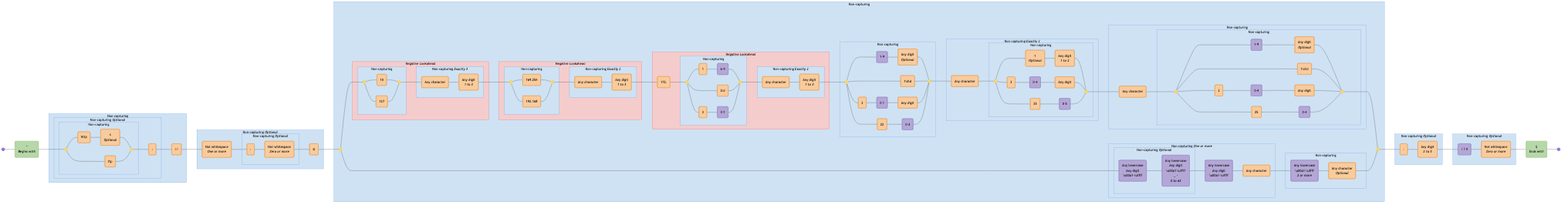
tayles/regex-to-mermaid keeps this Mermaid diagram as diagrams/url-rfc3987.mermaid-diagram.png. Above is the earlier version. Its source is kept beside it as diagrams/url-rfc3987.mermaid.
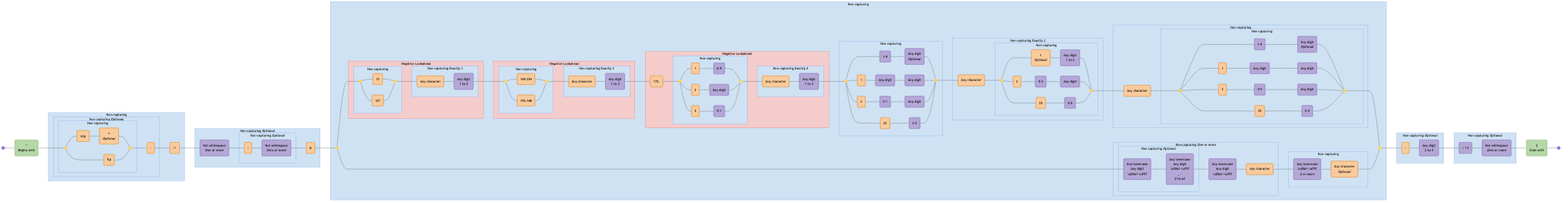
After the change.

Diff of the diagram source:
```diff
@@ -1,6 +1,6 @@
 graph LR
   accTitle: "Regex: /^(?:(?:(?:https?|ftp):)?\\/\\/)(?:\\S+(?::\\S*)?@)?(?:(?!(?:10|127)(?:\\.\\d{1,3}){3})(?!(?:169\\.254|192\\.168)(?:\\.\\d{1,3}){2})(?!172\\.(?:1[6-9]|2\\d|3[0-1])(?:\\.\\d{1,3}){2})(?:[1-9]\\d?|1\\d\\d|2[01]\\d|22[0-3])(?:\\.(?:1?\\d{1,2}|2[0-4]\\d|25[0-5])){2}(?:\\.(?:[1-9]\\d?|1\\d\\d|2[0-4]\\d|25[0-4]))|(?:(?:[a-z0-9\\u00a1-\\uffff][a-z0-9\\u00a1-\\uffff_-]{0,62})?[a-z0-9\\u00a1-\\uffff]\\.)+(?:[a-z\\u00a1-\\uffff]{2,}\\.?))(?::\\d{2,5})?(?:[/?#]\\S*)?$/i"
-  accDescr: "Generated with regex-to-mermaid@1.0.4"
+  accDescr: "Generated with regex-to-mermaid@1.1.0"
 
   start@{ shape: f-circ };
   fin@{ shape: f-circ };
@@ -11,76 +11,81 @@
   literal_2("s<br><i>Optional</i>"):::literal;
   literal_3("ftp"):::literal;
   literal_4(":"):::literal;
-  literal_5("//"):::literal;
-  literal_6("Not whitespace<br><i>One or more</i>"):::literal;
-  literal_7(":"):::literal;
-  literal_8("Not whitespace<br><i>Zero or more</i>"):::literal;
-  literal_9("@"):::literal;
+  literal_5("\/\/"):::literal;
+  char_class_1("Not whitespace<br><i>One or more</i>"):::char-class;
+  literal_6(":"):::literal;
+  char_class_2("Not whitespace<br><i>Zero or more</i>"):::char-class;
+  literal_7("@"):::literal;
   disjunction_begin_2:::disjunction@{ shape: f-circ };
   disjunction_end_2:::disjunction@{ shape: f-circ };
   disjunction_begin_3:::disjunction@{ shape: f-circ };
   disjunction_end_3:::disjunction@{ shape: f-circ };
-  literal_10("10"):::literal;
-  literal_11("127"):::literal;
-  literal_12("Any character"):::literal;
-  literal_13("Any digit<br><i>1 to 3</i>"):::literal;
+  literal_8("10"):::literal;
+  literal_9("127"):::literal;
+  literal_10("Any character"):::literal;
+  char_class_3("Any digit<br><i>1 to 3</i>"):::char-class;
   disjunction_begin_4:::disjunction@{ shape: f-circ };
   disjunction_end_4:::disjunction@{ shape: f-circ };
-  literal_14("169.254"):::literal;
-  literal_15("192.168"):::literal;
-  literal_16("Any character"):::literal;
-  literal_17("Any digit<br><i>1 to 3</i>"):::literal;
-  literal_18("172."):::literal;
+  literal_11("169\.254"):::literal;
+  literal_12("192\.168"):::literal;
+  literal_13("Any character"):::literal;
+  char_class_4("Any digit<br><i>1 to 3</i>"):::char-class;
+  literal_14("172\."):::literal;
   disjunction_begin_5:::disjunction@{ shape: f-circ };
   disjunction_end_5:::disjunction@{ shape: f-circ };
-  literal_19("1"):::literal;
-  char_class_1("6-9"):::char-class;
-  literal_20("2\d"):::literal;
-  literal_21("3"):::literal;
-  char_class_2("0-1"):::char-class;
-  literal_22("Any character"):::literal;
-  literal_23("Any digit<br><i>1 to 3</i>"):::literal;
+  literal_15("1"):::literal;
+  char_class_5("6-9"):::char-class;
+  literal_16("2"):::literal;
+  char_class_6("Any digit"):::char-class;
+  literal_17("3"):::literal;
+  char_class_7("0-1"):::char-class;
+  literal_18("Any character"):::literal;
+  char_class_8("Any digit<br><i>1 to 3</i>"):::char-class;
   disjunction_begin_6:::disjunction@{ shape: f-circ };
   disjunction_end_6:::disjunction@{ shape: f-circ };
-  char_class_3("1-9"):::char-class;
-  literal_24("Any digit<br><i>Optional</i>"):::literal;
-  literal_25("1\d\d"):::literal;
-  literal_26("2"):::literal;
-  char_class_4("0 1"):::char-class;
-  literal_27("Any digit"):::literal;
-  literal_28("22"):::literal;
-  char_class_5("0-3"):::char-class;
-  literal_29("Any character"):::literal;
+  char_class_9("1-9"):::char-class;
+  char_class_10("Any digit<br><i>Optional</i>"):::char-class;
+  literal_19("1"):::literal;
+  char_class_11("Any digit"):::char-class;
+  char_class_12("Any digit"):::char-class;
+  literal_20("2"):::literal;
+  char_class_13("0 1"):::char-class;
+  char_class_14("Any digit"):::char-class;
+  literal_21("22"):::literal;
+  char_class_15("0-3"):::char-class;
+  literal_22("Any character"):::literal;
   disjunction_begin_7:::disjunction@{ shape: f-circ };
   disjunction_end_7:::disjunction@{ shape: f-circ };
-  literal_30("1<br><i>Optional</i>"):::literal;
-  literal_31("Any digit<br><i>1 to 2</i>"):::literal;
-  literal_32("2"):::literal;
-  char_class_6("0-4"):::char-class;
-  literal_33("Any digit"):::literal;
-  literal_34("25"):::literal;
-  char_class_7("0-5"):::char-class;
-  literal_35("Any character"):::literal;
+  literal_23("1<br><i>Optional</i>"):::literal;
+  char_class_16("Any digit<br><i>1 to 2</i>"):::char-class;
+  literal_24("2"):::literal;
+  char_class_17("0-4"):::char-class;
+  char_class_18("Any digit"):::char-class;
+  literal_25("25"):::literal;
+  char_class_19("0-5"):::char-class;
+  literal_26("Any character"):::literal;
   disjunction_begin_8:::disjunction@{ shape: f-circ };
   disjunction_end_8:::disjunction@{ shape: f-circ };
-  char_class_8("1-9"):::char-class;
-  literal_36("Any digit<br><i>Optional</i>"):::literal;
-  literal_37("1\d\d"):::literal;
-  literal_38("2"):::literal;
-  char_class_9("0-4"):::char-class;
-  literal_39("Any digit"):::literal;
-  literal_40("25"):::literal;
-  char_class_10("0-4"):::char-class;
-  char_class_11("Any lowercase<br>Any digit<br>\u00a1-\uffff"):::char-class;
-  char_class_12("Any lowercase<br>Any digit<br>\u00a1-\uffff<br>_ -<br><i>0 to 62</i>"):::char-class;
-  char_class_13("Any lowercase<br>Any digit<br>\u00a1-\uffff"):::char-class;
-  literal_41("Any character"):::literal;
-  char_class_14("Any lowercase<br>\u00a1-\uffff<br><i>2 or more</i>"):::char-class;
-  literal_42("Any character<br><i>Optional</i>"):::literal;
-  literal_43(":"):::literal;
-  literal_44("Any digit<br><i>2 to 5</i>"):::literal;
-  char_class_15("/ ? #"):::char-class;
-  literal_45("Not whitespace<br><i>Zero or more</i>"):::literal;
+  char_class_20("1-9"):::char-class;
+  char_class_21("Any digit<br><i>Optional</i>"):::char-class;
+  literal_27("1"):::literal;
+  char_class_22("Any digit"):::char-class;
+  char_class_23("Any digit"):::char-class;
+  literal_28("2"):::literal;
+  char_class_24("0-4"):::char-class;
+  char_class_25("Any digit"):::char-class;
+  literal_29("25"):::literal;
+  char_class_26("0-4"):::char-class;
+  char_class_27("Any lowercase<br>Any digit<br>\u00a1-\uffff"):::char-class;
+  char_class_28("Any lowercase<br>Any digit<br>\u00a1-\uffff<br>_ -<br><i>0 to 62</i>"):::char-class;
+  char_class_29("Any lowercase<br>Any digit<br>\u00a1-\uffff"):::char-class;
+  literal_30("Any character"):::literal;
+  char_class_30("Any lowercase<br>\u00a1-\uffff<br><i>2 or more</i>"):::char-class;
+  literal_31("Any character<br><i>Optional</i>"):::literal;
+  literal_32(":"):::literal;
+  char_class_31("Any digit<br><i>2 to 5</i>"):::char-class;
+  char_class_32("/ ? #"):::char-class;
+  char_class_33("Not whitespace<br><i>Zero or more</i>"):::char-class;
   assertion_2("$<br><i>Ends with</i>"):::assertion;
 
   subgraph non_capturing_3 ["Non-capturing"]
@@ -103,26 +108,26 @@
   end
 
   subgraph non_capturing_5 ["Non-capturing <i>Optional</i>"]
-    literal_7
-    literal_8
+    literal_6
+    char_class_2
   end
 
   subgraph non_capturing_4 ["Non-capturing <i>Optional</i>"]
     non_capturing_5
-    literal_6
-    literal_9
+    char_class_1
+    literal_7
   end
 
   subgraph non_capturing_7 ["Non-capturing"]
     disjunction_begin_3
     disjunction_end_3
-    literal_10
-    literal_11
+    literal_8
+    literal_9
   end
 
   subgraph non_capturing_8 ["Non-capturing <i>Exactly 3</i>"]
-    literal_12
-    literal_13
+    literal_10
+    char_class_3
   end
 
   subgraph negative_lookahead_1 ["Negative Lookahead"]
@@ -133,13 +138,13 @@
   subgraph non_capturing_9 ["Non-capturing"]
     disjunction_begin_4
     disjunction_end_4
-    literal_14
-    literal_15
+    literal_11
+    literal_12
   end
 
   subgraph non_capturing_10 ["Non-capturing <i>Exactly 2</i>"]
-    literal_16
-    literal_17
+    literal_13
+    char_class_4
   end
 
   subgraph negative_lookahead_2 ["Negative Lookahead"]
@@ -150,86 +155,91 @@
   subgraph non_capturing_11 ["Non-capturing"]
     disjunction_begin_5
     disjunction_end_5
-    literal_19
-    char_class_1
-    literal_20
-    literal_21
-    char_class_2
+    literal_15
+    char_class_5
+    literal_16
+    char_class_6
+    literal_17
+    char_class_7
   end
 
   subgraph non_capturing_12 ["Non-capturing <i>Exactly 2</i>"]
-    literal_22
-    literal_23
+    literal_18
+    char_class_8
   end
 
   subgraph negative_lookahead_3 ["Negative Lookahead"]
     non_capturing_11
     non_capturing_12
-    literal_18
+    literal_14
   end
 
   subgraph non_capturing_13 ["Non-capturing"]
     disjunction_begin_6
     disjunction_end_6
-    char_class_3
-    literal_24
-    literal_25
-    literal_26
-    char_class_4
-    literal_27
-    literal_28
-    char_class_5
+    char_class_9
+    char_class_10
+    literal_19
+    char_class_11
+    char_class_12
+    literal_20
+    char_class_13
+    char_class_14
+    literal_21
+    char_class_15
   end
 
   subgraph non_capturing_15 ["Non-capturing"]
     disjunction_begin_7
     disjunction_end_7
-    literal_30
-    literal_31
-    literal_32
-    char_class_6
-    literal_33
-    literal_34
-    char_class_7
+    literal_23
+    char_class_16
+    literal_24
+    char_class_17
+    char_class_18
+    literal_25
+    char_class_19
   end
 
   subgraph non_capturing_14 ["Non-capturing <i>Exactly 2</i>"]
     non_capturing_15
-    literal_29
+    literal_22
   end
 
   subgraph non_capturing_17 ["Non-capturing"]
     disjunction_begin_8
     disjunction_end_8
-    char_class_8
-    literal_36
-    literal_37
-    literal_38
-    char_class_9
-    literal_39
-    literal_40
-    char_class_10
+    char_class_20
+    char_class_21
+    literal_27
+    char_class_22
+    char_class_23
+    literal_28
+    char_class_24
+    char_class_25
+    literal_29
+    char_class_26
   end
 
   subgraph non_capturing_16 ["Non-capturing"]
     non_capturing_17
-    literal_35
+    literal_26
   end
 
   subgraph non_capturing_19 ["Non-capturing <i>Optional</i>"]
-    char_class_11
-    char_class_12
+    char_class_27
+    char_class_28
   end
 
   subgraph non_capturing_18 ["Non-capturing <i>One or more</i>"]
     non_capturing_19
-    char_class_13
-    literal_41
+    char_class_29
+    literal_30
   end
 
   subgraph non_capturing_20 ["Non-capturing"]
-    char_class_14
-    literal_42
+    char_class_30
+    literal_31
   end
 
   subgraph non_capturing_6 ["Non-capturing"]
@@ -255,13 +265,13 @@
   end
 
   subgraph non_capturing_21 ["Non-capturing <i>Optional</i>"]
-    literal_43
-    literal_44
+    literal_32
+    char_class_31
   end
 
   subgraph non_capturing_22 ["Non-capturing <i>Optional</i>"]
-    char_class_15
-    literal_45
+    char_class_32
+    char_class_33
   end
 
   start --- assertion_1;
@@ -273,89 +283,94 @@
   literal_3 --- disjunction_end_1;
   disjunction_end_1 --- literal_4;
   literal_4 --- literal_5;
-  literal_5 --- literal_6;
-  literal_6 --- literal_7;
-  literal_7 --- literal_8;
-  literal_8 --- literal_9;
-  literal_9 --- disjunction_begin_2;
+  literal_5 --- char_class_1;
+  char_class_1 --- literal_6;
+  literal_6 --- char_class_2;
+  char_class_2 --- literal_7;
+  literal_7 --- disjunction_begin_2;
   disjunction_begin_2 --- disjunction_begin_3;
-  disjunction_begin_3 --- literal_10;
-  literal_10 --- disjunction_end_3;
-  disjunction_begin_3 --- literal_11;
-  literal_11 --- disjunction_end_3;
-  disjunction_end_3 --- literal_12;
-  literal_12 --- literal_13;
-  literal_13 --- disjunction_begin_4;
-  disjunction_begin_4 --- literal_14;
-  literal_14 --- disjunction_end_4;
-  disjunction_begin_4 --- literal_15;
-  literal_15 --- disjunction_end_4;
-  disjunction_end_4 --- literal_16;
-  literal_16 --- literal_17;
-  literal_17 --- literal_18;
-  literal_18 --- disjunction_begin_5;
-  disjunction_begin_5 --- literal_19;
-  literal_19 --- char_class_1;
-  char_class_1 --- disjunction_end_5;
-  disjunction_begin_5 --- literal_20;
-  literal_20 --- disjunction_end_5;
-  disjunction_begin_5 --- literal_21;
-  literal_21 --- char_class_2;
-  char_class_2 --- disjunction_end_5;
-  disjunction_end_5 --- literal_22;
-  literal_22 --- literal_23;
-  literal_23 --- disjunction_begin_6;
-  disjunction_begin_6 --- char_class_3;
-  char_class_3 --- literal_24;
-  literal_24 --- disjunction_end_6;
-  disjunction_begin_6 --- literal_25;
-  literal_25 --- disjunction_end_6;
-  disjunction_begin_6 --- literal_26;
-  literal_26 --- char_class_4;
-  char_class_4 --- literal_27;
-  literal_27 --- disjunction_end_6;
-  disjunction_begin_6 --- literal_28;
-  literal_28 --- char_class_5;
-  char_class_5 --- disjunction_end_6;
-  disjunction_end_6 --- literal_29;
-  literal_29 --- disjunction_begin_7;
-  disjunction_begin_7 --- literal_30;
-  literal_30 --- literal_31;
-  literal_31 --- disjunction_end_7;
-  disjunction_begin_7 --- literal_32;
-  literal_32 --- char_class_6;
-  char_class_6 --- literal_33;
-  literal_33 --- disjunction_end_7;
-  disjunction_begin_7 --- literal_34;
-  literal_34 --- char_class_7;
-  char_class_7 --- disjunction_end_7;
-  disjunction_end_7 --- literal_35;
-  literal_35 --- disjunction_begin_8;
-  disjunction_begin_8 --- char_class_8;
-  char_class_8 --- literal_36;
-  literal_36 --- disjunction_end_8;
-  disjunction_begin_8 --- literal_37;
-  literal_37 --- disjunction_end_8;
-  disjunction_begin_8 --- literal_38;
-  literal_38 --- char_class_9;
-  char_class_9 --- literal_39;
-  literal_39 --- disjunction_end_8;
-  disjunction_begin_8 --- literal_40;
-  literal_40 --- char_class_10;
-  char_class_10 --- disjunction_end_8;
+  disjunction_begin_3 --- literal_8;
+  literal_8 --- disjunction_end_3;
+  disjunction_begin_3 --- literal_9;
+  literal_9 --- disjunction_end_3;
+  disjunction_end_3 --- literal_10;
+  literal_10 --- char_class_3;
+  char_class_3 --- disjunction_begin_4;
+  disjunction_begin_4 --- literal_11;
+  literal_11 --- disjunction_end_4;
+  disjunction_begin_4 --- literal_12;
+  literal_12 --- disjunction_end_4;
+  disjunction_end_4 --- literal_13;
+  literal_13 --- char_class_4;
+  char_class_4 --- literal_14;
+  literal_14 --- disjunction_begin_5;
+  disjunction_begin_5 --- literal_15;
+  literal_15 --- char_class_5;
+  char_class_5 --- disjunction_end_5;
+  disjunction_begin_5 --- literal_16;
+  literal_16 --- char_class_6;
+  char_class_6 --- disjunction_end_5;
+  disjunction_begin_5 --- literal_17;
+  literal_17 --- char_class_7;
+  char_class_7 --- disjunction_end_5;
+  disjunction_end_5 --- literal_18;
+  literal_18 --- char_class_8;
+  char_class_8 --- disjunction_begin_6;
+  disjunction_begin_6 --- char_class_9;
+  char_class_9 --- char_class_10;
+  char_class_10 --- disjunction_end_6;
+  disjunction_begin_6 --- literal_19;
+  literal_19 --- char_class_11;
+  char_class_11 --- char_class_12;
+  char_class_12 --- disjunction_end_6;
+  disjunction_begin_6 --- literal_20;
+  literal_20 --- char_class_13;
+  char_class_13 --- char_class_14;
+  char_class_14 --- disjunction_end_6;
+  disjunction_begin_6 --- literal_21;
+  literal_21 --- char_class_15;
+  char_class_15 --- disjunction_end_6;
+  disjunction_end_6 --- literal_22;
+  literal_22 --- disjunction_begin_7;
+  disjunction_begin_7 --- literal_23;
+  literal_23 --- char_class_16;
+  char_class_16 --- disjunction_end_7;
+  disjunction_begin_7 --- literal_24;
+  literal_24 --- char_class_17;
+  char_class_17 --- char_class_18;
+  char_class_18 --- disjunction_end_7;
+  disjunction_begin_7 --- literal_25;
+  literal_25 --- char_class_19;
+  char_class_19 --- disjunction_end_7;
+  disjunction_end_7 --- literal_26;
+  literal_26 --- disjunction_begin_8;
+  disjunction_begin_8 --- char_class_20;
+  char_class_20 --- char_class_21;
+  char_class_21 --- disjunction_end_8;
+  disjunction_begin_8 --- literal_27;
+  literal_27 --- char_class_22;
+  char_class_22 --- char_class_23;
+  char_class_23 --- disjunction_end_8;
+  disjunction_begin_8 --- literal_28;
+  literal_28 --- char_class_24;
+  char_class_24 --- char_class_25;
+  char_class_25 --- disjunction_end_8;
+  disjunction_begin_8 --- literal_29;
+  literal_29 --- char_class_26;
+  char_class_26 --- disjunction_end_8;
   disjunction_end_8 --- disjunction_end_2;
-  disjunction_begin_2 --- char_class_11;
-  char_class_11 --- char_class_12;
-  char_class_12 --- char_class_13;
-  char_class_13 --- literal_41;
-  literal_41 --- char_class_14;
-  char_class_14 --- literal_42;
-  literal_42 --- disjunction_end_2;
-  disjunction_end_2 --- literal_43;
-  literal_43 --- literal_44;
-  literal_44 --- char_class_15;
-  char_class_15 --- literal_45;
-  literal_45 --- assertion_2;
+  disjunction_begin_2 --- char_class_27;
+  char_class_27 --- char_class_28;
+  char_class_28 --- char_class_29;
+  char_class_29 --- literal_30;
+  literal_30 --- char_class_30;
+  char_class_30 --- literal_31;
+  literal_31 --- disjunction_end_2;
+  disjunction_end_2 --- literal_32;
+  literal_32 --- char_class_31;
+  char_class_31 --- char_class_32;
+  char_class_32 --- char_class_33;
+  char_class_33 --- assertion_2;
   assertion_2 --- fin;
 
   classDef assertion fill:#B6D7A8,stroke:#93C47D,color:#000000;
```
